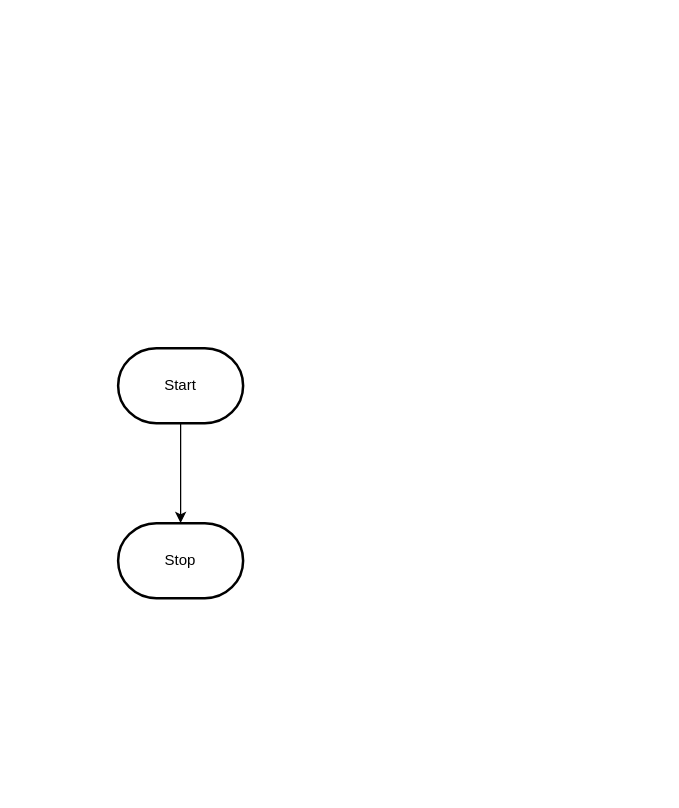
The draw.io diagram design/flowchart.drawio in MTHS-ICS2O-2-2022/ICS2O-Unit-5-08-lamees-hemdan, before the edit. Source tidied: cells renumbered, new cells numbered last; positions are measured from the earlier drawing's top-left corner, leaving out a move shared by most shapes. Both pictures are drawn from the tidied source at 125%, with x=0, y=0 at pixel (118, 348).
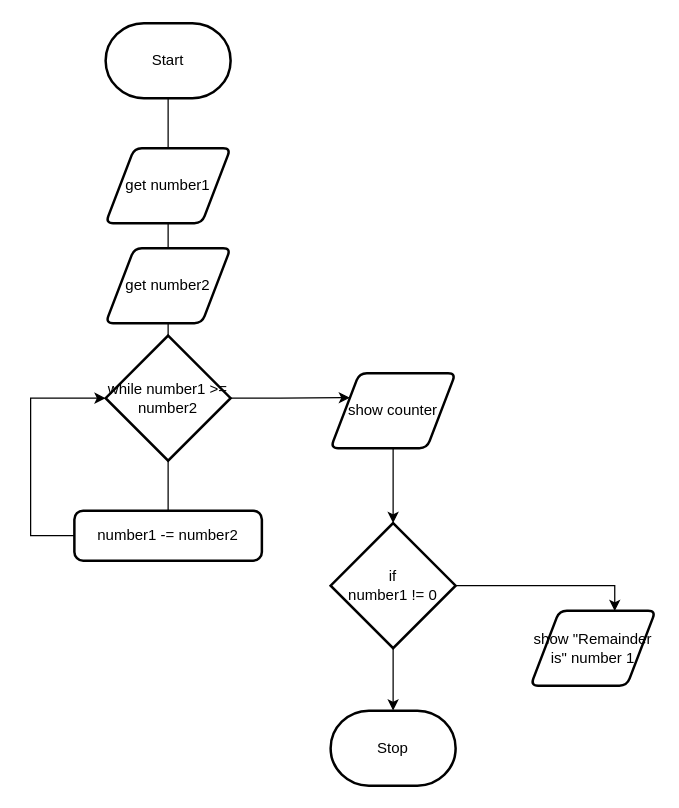
After the change.

Change to the diagram source:
```diff
@@
-    <mxCell id="2" style="edgeStyle=orthogonalEdgeStyle;html=1;rounded=0;" parent="1" edge="1" source="3" target="4">
-      <mxGeometry relative="1" as="geometry" />
-    </mxCell>
     <mxCell id="3" value="Start" style="strokeWidth=2;html=1;shape=mxgraph.flowchart.terminator;whiteSpace=wrap;" parent="1" vertex="1">
-      <mxGeometry width="100" height="60" as="geometry" />
+      <mxGeometry x="-10" y="-260" width="100" height="60" as="geometry" />
     </mxCell>
     <mxCell id="4" value="Stop" style="strokeWidth=2;html=1;shape=mxgraph.flowchart.terminator;whiteSpace=wrap;" parent="1" vertex="1">
-      <mxGeometry y="140" width="100" height="60" as="geometry" />
+      <mxGeometry x="170" y="290" width="100" height="60" as="geometry" />
     </mxCell>
+    <mxCell id="5" style="edgeStyle=orthogonalEdgeStyle;html=1;rounded=0;endArrow=none;" parent="1" edge="1" source="3" target="6">
+      <mxGeometry relative="1" as="geometry" />
+    </mxCell>
+    <mxCell id="6" value="get number1" style="shape=parallelogram;html=1;strokeWidth=2;perimeter=parallelogramPerimeter;whiteSpace=wrap;rounded=1;arcSize=12;size=0.23;" parent="1" vertex="1">
+      <mxGeometry x="-10" y="-160" width="100" height="60" as="geometry" />
+    </mxCell>
+    <mxCell id="7" style="edgeStyle=orthogonalEdgeStyle;html=1;rounded=0;startArrow=none;endArrow=none;" parent="1" edge="1" source="6" target="8">
+      <mxGeometry relative="1" as="geometry" />
+    </mxCell>
+    <mxCell id="8" value="get number2" style="shape=parallelogram;html=1;strokeWidth=2;perimeter=parallelogramPerimeter;whiteSpace=wrap;rounded=1;arcSize=12;size=0.23;" parent="1" vertex="1">
+      <mxGeometry x="-10" y="-80" width="100" height="60" as="geometry" />
+    </mxCell>
+    <mxCell id="9" style="edgeStyle=orthogonalEdgeStyle;html=1;rounded=0;startArrow=none;endArrow=none;" parent="1" edge="1" source="8" target="11">
+      <mxGeometry relative="1" as="geometry" />
+    </mxCell>
+    <mxCell id="10" style="edgeStyle=orthogonalEdgeStyle;rounded=0;html=1;exitX=1;exitY=0.5;exitDx=0;exitDy=0;exitPerimeter=0;entryX=0;entryY=0.25;entryDx=0;entryDy=0;" parent="1" edge="1" source="11" target="16">
+      <mxGeometry relative="1" as="geometry" />
+    </mxCell>
+    <mxCell id="11" value="while number1 &amp;gt;= number2" style="strokeWidth=2;html=1;shape=mxgraph.flowchart.decision;whiteSpace=wrap;" parent="1" vertex="1">
+      <mxGeometry x="-10" y="-10" width="100" height="100" as="geometry" />
+    </mxCell>
+    <mxCell id="12" style="edgeStyle=orthogonalEdgeStyle;html=1;rounded=0;startArrow=none;endArrow=none;" parent="1" edge="1" source="11" target="14">
+      <mxGeometry relative="1" as="geometry" />
+    </mxCell>
+    <mxCell id="13" style="edgeStyle=orthogonalEdgeStyle;html=1;exitX=0;exitY=0.5;exitDx=0;exitDy=0;entryX=0;entryY=0.5;entryDx=0;entryDy=0;entryPerimeter=0;rounded=0;" parent="1" edge="1" source="14" target="11">
+      <mxGeometry relative="1" as="geometry">
+        <Array as="points">
+          <mxPoint x="-70" y="150" />
+          <mxPoint x="-70" y="40" />
+        </Array>
+      </mxGeometry>
+    </mxCell>
+    <mxCell id="14" value="number1 -= number2" style="rounded=1;whiteSpace=wrap;html=1;absoluteArcSize=1;arcSize=14;strokeWidth=2;" parent="1" vertex="1">
+      <mxGeometry x="-35" y="130" width="150" height="40" as="geometry" />
+    </mxCell>
+    <mxCell id="15" style="edgeStyle=orthogonalEdgeStyle;rounded=0;html=1;exitX=0.5;exitY=1;exitDx=0;exitDy=0;entryX=0.5;entryY=0;entryDx=0;entryDy=0;entryPerimeter=0;" parent="1" edge="1" source="16" target="19">
+      <mxGeometry relative="1" as="geometry" />
+    </mxCell>
+    <mxCell id="16" value="show counter" style="shape=parallelogram;html=1;strokeWidth=2;perimeter=parallelogramPerimeter;whiteSpace=wrap;rounded=1;arcSize=12;size=0.23;" parent="1" vertex="1">
+      <mxGeometry x="170" y="20" width="100" height="60" as="geometry" />
+    </mxCell>
+    <mxCell id="17" style="edgeStyle=orthogonalEdgeStyle;rounded=0;html=1;exitX=1;exitY=0.5;exitDx=0;exitDy=0;exitPerimeter=0;entryX=0.673;entryY=0.006;entryDx=0;entryDy=0;entryPerimeter=0;" parent="1" edge="1" source="19" target="20">
+      <mxGeometry relative="1" as="geometry" />
+    </mxCell>
+    <mxCell id="18" style="edgeStyle=orthogonalEdgeStyle;rounded=0;html=1;exitX=0.5;exitY=1;exitDx=0;exitDy=0;exitPerimeter=0;entryX=0.5;entryY=0;entryDx=0;entryDy=0;entryPerimeter=0;" parent="1" edge="1" source="19" target="4">
+      <mxGeometry relative="1" as="geometry" />
+    </mxCell>
+    <mxCell id="19" value="if &lt;br&gt;number1 != 0" style="strokeWidth=2;html=1;shape=mxgraph.flowchart.decision;whiteSpace=wrap;" parent="1" vertex="1">
+      <mxGeometry x="170" y="140" width="100" height="100" as="geometry" />
+    </mxCell>
+    <mxCell id="20" value="show &quot;Remainder is&quot; number 1" style="shape=parallelogram;html=1;strokeWidth=2;perimeter=parallelogramPerimeter;whiteSpace=wrap;rounded=1;arcSize=12;size=0.23;" parent="1" vertex="1">
+      <mxGeometry x="330" y="210" width="100" height="60" as="geometry" />
+    </mxCell>
```
